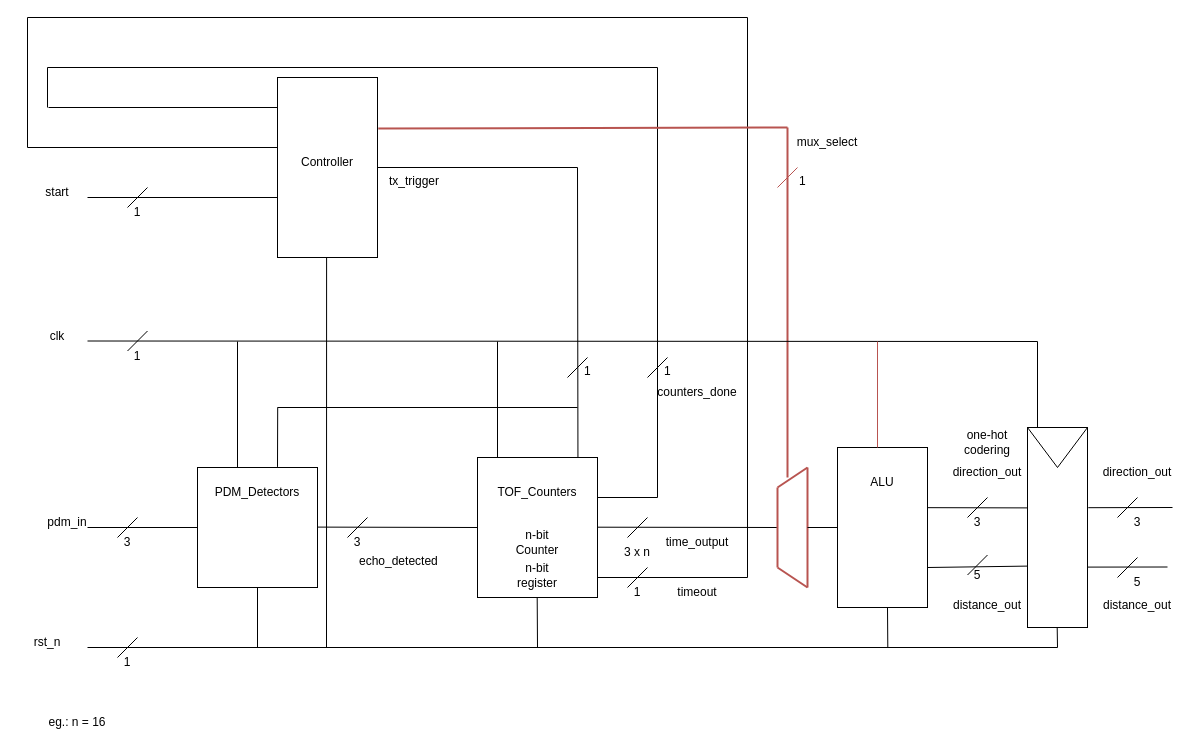
Above: page "Architecture-TOF" (1 of 3) of docs/images/TOF.drawio in kul-tt2026/ttsky-group07-siliconsonics (draw.io), before the change. Source tidied: cells renumbered, new cells numbered last; positions are measured from the earlier drawing's top-left corner, leaving out a move shared by most shapes. Both pictures are drawn from the tidied source at 100%, with x=0, y=0 at pixel (17, 17).
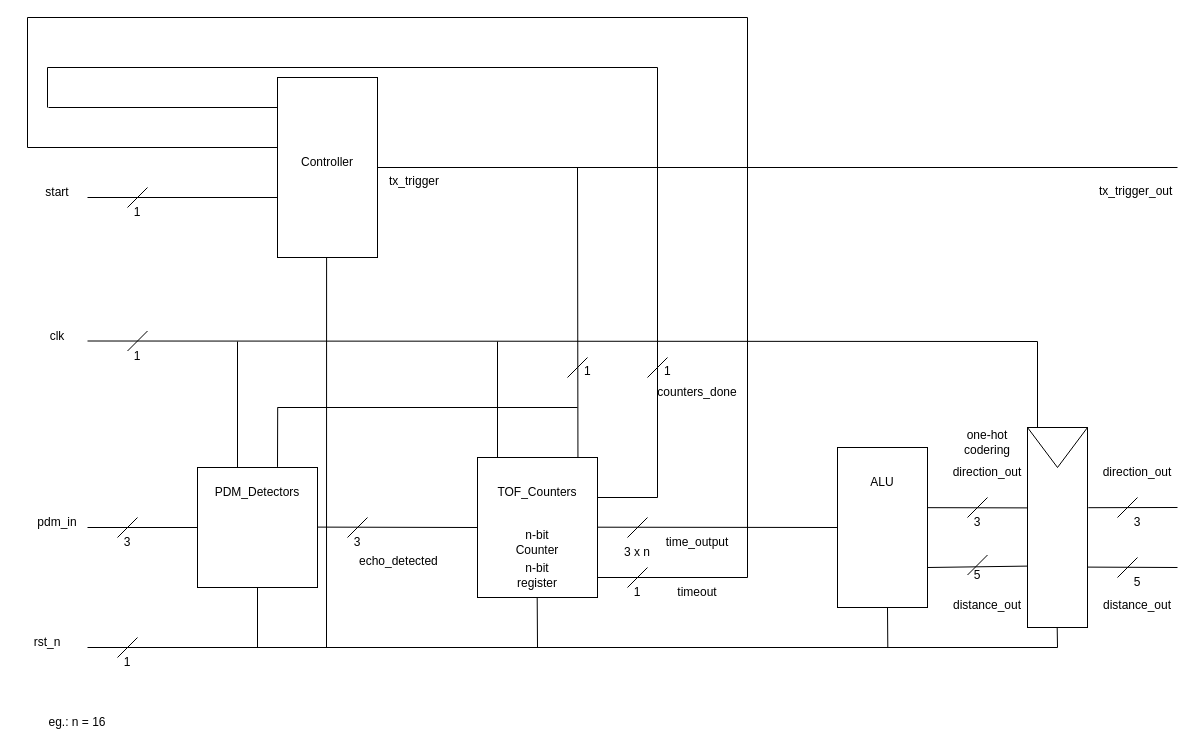
The same diagram, later.

Commit message (it also covers changes not shown here):
refactor: redesign diagram

The change refers to these unchanged cells:
```xml
<mxCell id="2" style="rounded=0;whiteSpace=wrap;html=1;" parent="1" vertex="1">
  <mxGeometry x="260" y="60" width="100" height="180" as="geometry" />
</mxCell>
<mxCell id="16" style="rounded=0;whiteSpace=wrap;html=1;" parent="1" vertex="1">
  <mxGeometry x="820" y="430" width="90" height="160" as="geometry" />
</mxCell>
<mxCell id="65" style="rounded=0;whiteSpace=wrap;html=1;" parent="1" vertex="1">
  <mxGeometry x="1010" y="410" width="60" height="200" as="geometry" />
</mxCell>
```

The edit, as a diff of the source:
```diff
@@
     <mxCell id="6" value="pdm_in" style="text;html=1;align=center;verticalAlign=middle;whiteSpace=wrap;rounded=0;" parent="1" vertex="1">
-      <mxGeometry x="20" y="490" width="60" height="30" as="geometry" />
+      <mxGeometry x="10" y="490" width="60" height="30" as="geometry" />
     </mxCell>
@@
-    <mxCell id="18" style="endArrow=none;html=1;" parent="1" edge="1">
+    <mxCell id="18" style="endArrow=none;html=1;entryX=0;entryY=0.5;entryDx=0;entryDy=0;" parent="1" edge="1" target="16">
       <mxGeometry relative="1" as="geometry">
         <mxPoint x="580" y="509.7" as="sourcePoint" />
-        <mxPoint x="760" y="510" as="targetPoint" />
       </mxGeometry>
     </mxCell>
@@
     <mxCell id="29" style="endArrow=none;html=1;" parent="1" edge="1">
       <mxGeometry relative="1" as="geometry">
         <mxPoint x="360" y="150" as="sourcePoint" />
-        <mxPoint x="560" y="150" as="targetPoint" />
+        <mxPoint x="1160" y="150" as="targetPoint" />
       </mxGeometry>
     </mxCell>
@@
     <mxCell id="72" style="endArrow=none;html=1;exitX=1.013;exitY=0.401;exitDx=0;exitDy=0;exitPerimeter=0;" parent="1" edge="1" source="65">
       <mxGeometry relative="1" as="geometry">
-        <mxPoint x="1155" y="490" as="targetPoint" />
+        <mxPoint x="1160" y="490" as="targetPoint" />
       </mxGeometry>
     </mxCell>
     <mxCell id="73" style="endArrow=none;html=1;exitX=0.994;exitY=0.698;exitDx=0;exitDy=0;exitPerimeter=0;" parent="1" edge="1" source="65">
       <mxGeometry relative="1" as="geometry">
-        <mxPoint x="1150" y="549.5" as="targetPoint" />
+        <mxPoint x="1160" y="550" as="targetPoint" />
       </mxGeometry>
     </mxCell>
@@
-    <mxCell id="76" style="endArrow=none;html=1;strokeWidth=2;fillColor=#f8cecc;strokeColor=#b85450;" parent="1" edge="1">
-      <mxGeometry relative="1" as="geometry">
-        <mxPoint x="760" y="470" as="sourcePoint" />
-        <mxPoint x="790" y="450" as="targetPoint" />
-      </mxGeometry>
-    </mxCell>
-    <mxCell id="77" style="endArrow=none;html=1;strokeWidth=2;fillColor=#f8cecc;strokeColor=#b85450;" parent="1" edge="1">
-      <mxGeometry relative="1" as="geometry">
-        <mxPoint x="760" y="550" as="sourcePoint" />
-        <mxPoint x="760" y="470" as="targetPoint" />
-      </mxGeometry>
-    </mxCell>
-    <mxCell id="78" style="endArrow=none;html=1;strokeWidth=2;fillColor=#f8cecc;strokeColor=#b85450;" parent="1" edge="1">
-      <mxGeometry relative="1" as="geometry">
-        <mxPoint x="790" y="570" as="sourcePoint" />
-        <mxPoint x="760" y="550" as="targetPoint" />
-      </mxGeometry>
-    </mxCell>
-    <mxCell id="79" style="endArrow=none;html=1;strokeWidth=2;fillColor=#f8cecc;strokeColor=#b85450;" parent="1" edge="1">
-      <mxGeometry relative="1" as="geometry">
-        <mxPoint x="790" y="570" as="sourcePoint" />
-        <mxPoint x="790" y="450" as="targetPoint" />
-      </mxGeometry>
-    </mxCell>
-    <mxCell id="80" style="endArrow=none;html=1;strokeWidth=2;fillColor=#f8cecc;strokeColor=#b85450;" parent="1" edge="1">
-      <mxGeometry relative="1" as="geometry">
-        <mxPoint x="770" y="460" as="sourcePoint" />
-        <mxPoint x="770" y="110" as="targetPoint" />
-      </mxGeometry>
-    </mxCell>
-    <mxCell id="81" style="endArrow=none;html=1;strokeWidth=2;exitX=1.008;exitY=0.283;exitDx=0;exitDy=0;exitPerimeter=0;fillColor=#f8cecc;strokeColor=#b85450;" parent="1" edge="1" source="2">
-      <mxGeometry relative="1" as="geometry">
-        <mxPoint x="770" y="110" as="targetPoint" />
-      </mxGeometry>
-    </mxCell>
-    <mxCell id="82" value="mux_select" style="text;html=1;align=center;verticalAlign=middle;whiteSpace=wrap;rounded=0;" parent="1" vertex="1">
-      <mxGeometry x="760" y="110" width="100" height="30" as="geometry" />
-    </mxCell>
-    <mxCell id="83" style="endArrow=none;html=1;entryX=0;entryY=0.5;entryDx=0;entryDy=0;" parent="1" edge="1" target="16">
-      <mxGeometry relative="1" as="geometry">
-        <mxPoint x="790" y="510" as="sourcePoint" />
-      </mxGeometry>
-    </mxCell>
-    <mxCell id="84" style="endArrow=none;html=1;fillColor=#f8cecc;strokeColor=#b85450;" parent="1" edge="1">
-      <mxGeometry relative="1" as="geometry">
-        <mxPoint x="760" y="170" as="sourcePoint" />
-        <mxPoint x="780" y="150" as="targetPoint" />
-      </mxGeometry>
-    </mxCell>
-    <mxCell id="85" value="1" style="text;whiteSpace=wrap;html=1;" parent="1" vertex="1">
-      <mxGeometry x="780" y="150" width="20" height="30" as="geometry" />
-    </mxCell>
@@
-    <mxCell id="93" style="endArrow=none;html=1;fillColor=#f8cecc;strokeColor=#b85450;" parent="1" edge="1">
-      <mxGeometry relative="1" as="geometry">
-        <mxPoint x="860" y="430" as="sourcePoint" />
-        <mxPoint x="860" y="324" as="targetPoint" />
-      </mxGeometry>
-    </mxCell>
@@
+    <mxCell id="98" value="tx_trigger_out" style="text;whiteSpace=wrap;html=1;" parent="1" vertex="1">
+      <mxGeometry x="1080" y="160" width="80" height="40" as="geometry" />
+    </mxCell>
```
